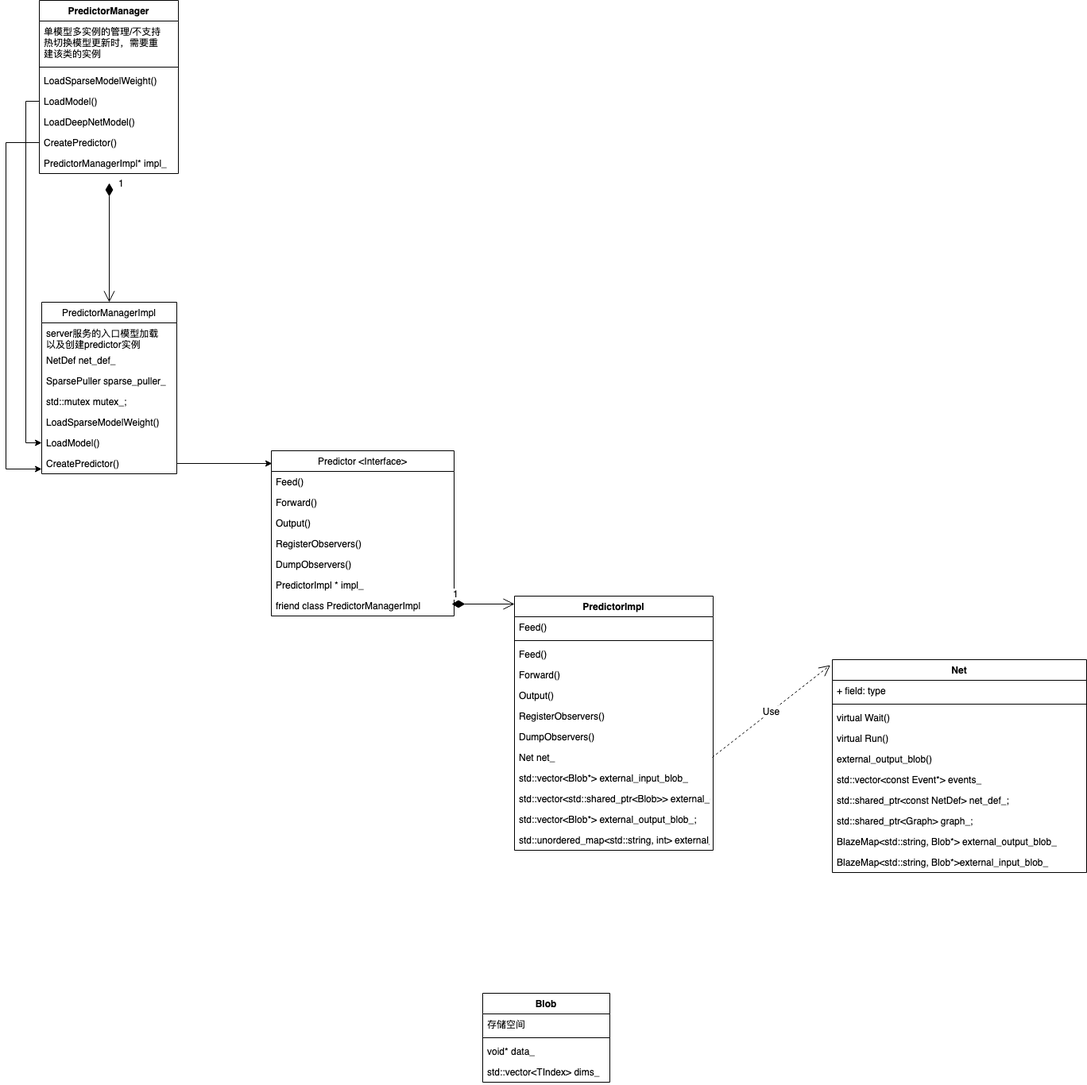
theflyfish/my_draw keeps this draw.io diagram as Blaze Diagram.png. Above is the earlier version. Source tidied: cells renumbered, new cells last; positions are measured from the earlier drawing's top-left corner, leaving out a move shared by most shapes.
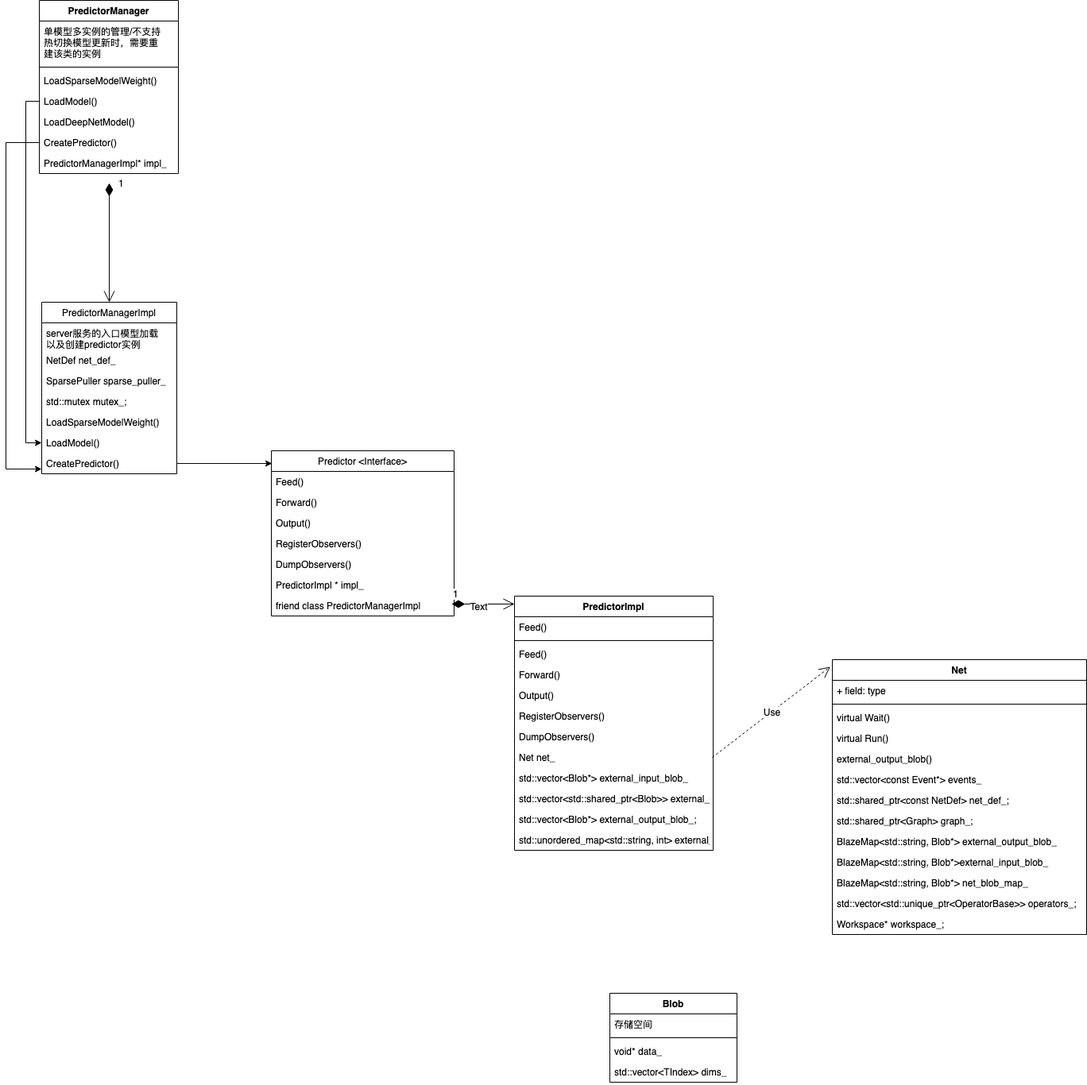
The same file after the commit.

What changed in the source:
```diff
@@ -143,8 +143,11 @@
         <mxPoint x="640" y="760" as="targetPoint" />
       </mxGeometry>
     </mxCell>
+    <mxCell id="61" value="Text" style="edgeLabel;html=1;align=center;verticalAlign=middle;" parent="43" vertex="1">
+      <mxGeometry x="-0.16" y="-2" relative="1" as="geometry" />
+    </mxCell>
     <mxCell id="44" value="Blob" style="swimlane;fontStyle=1;align=center;verticalAlign=top;horizontal=1;startSize=26;" parent="1" vertex="1">
-      <mxGeometry x="600" y="1250" width="160" height="112" as="geometry" />
+      <mxGeometry x="760" y="1250" width="160" height="112" as="geometry" />
     </mxCell>
     <mxCell id="45" value="存储空间" style="text;strokeColor=none;fillColor=none;align=left;verticalAlign=top;spacingLeft=4;spacingRight=4;overflow=hidden;" parent="44" vertex="1">
       <mxGeometry y="26" width="160" height="26" as="geometry" />
@@ -159,7 +162,7 @@
       <mxGeometry y="86" width="160" height="26" as="geometry" />
     </mxCell>
     <mxCell id="49" value="Net" style="swimlane;fontStyle=1;align=center;verticalAlign=top;horizontal=1;startSize=26;" parent="1" vertex="1">
-      <mxGeometry x="1040" y="830" width="320" height="268" as="geometry" />
+      <mxGeometry x="1040" y="830" width="320" height="346" as="geometry" />
     </mxCell>
     <mxCell id="50" value="+ field: type" style="text;strokeColor=none;fillColor=none;align=left;verticalAlign=top;spacingLeft=4;spacingRight=4;overflow=hidden;" parent="49" vertex="1">
       <mxGeometry y="26" width="320" height="26" as="geometry" />
@@ -191,6 +194,15 @@
     <mxCell id="59" value="BlazeMap&lt;std::string, Blob*&gt;external_input_blob_" style="text;strokeColor=none;fillColor=none;align=left;verticalAlign=top;spacingLeft=4;spacingRight=4;overflow=hidden;" parent="49" vertex="1">
       <mxGeometry y="242" width="320" height="26" as="geometry" />
     </mxCell>
+    <mxCell id="62" value="BlazeMap&lt;std::string, Blob*&gt; net_blob_map_" style="text;strokeColor=none;fillColor=none;align=left;verticalAlign=top;spacingLeft=4;spacingRight=4;overflow=hidden;" parent="49" vertex="1">
+      <mxGeometry y="268" width="320" height="26" as="geometry" />
+    </mxCell>
+    <mxCell id="63" value="std::vector&lt;std::unique_ptr&lt;OperatorBase&gt;&gt; operators_;" style="text;strokeColor=none;fillColor=none;align=left;verticalAlign=top;spacingLeft=4;spacingRight=4;overflow=hidden;" parent="49" vertex="1">
+      <mxGeometry y="294" width="320" height="26" as="geometry" />
+    </mxCell>
+    <mxCell id="64" value="Workspace* workspace_;" style="text;strokeColor=none;fillColor=none;align=left;verticalAlign=top;spacingLeft=4;spacingRight=4;overflow=hidden;" parent="49" vertex="1">
+      <mxGeometry y="320" width="320" height="26" as="geometry" />
+    </mxCell>
     <mxCell id="60" value="Use" style="endArrow=open;endSize=12;dashed=1;html=1;entryX=-0.008;entryY=0.026;entryDx=0;entryDy=0;entryPerimeter=0;" parent="1" edge="1" target="49">
       <mxGeometry relative="1" as="geometry">
         <mxPoint x="889" y="953" as="sourcePoint" />
```
